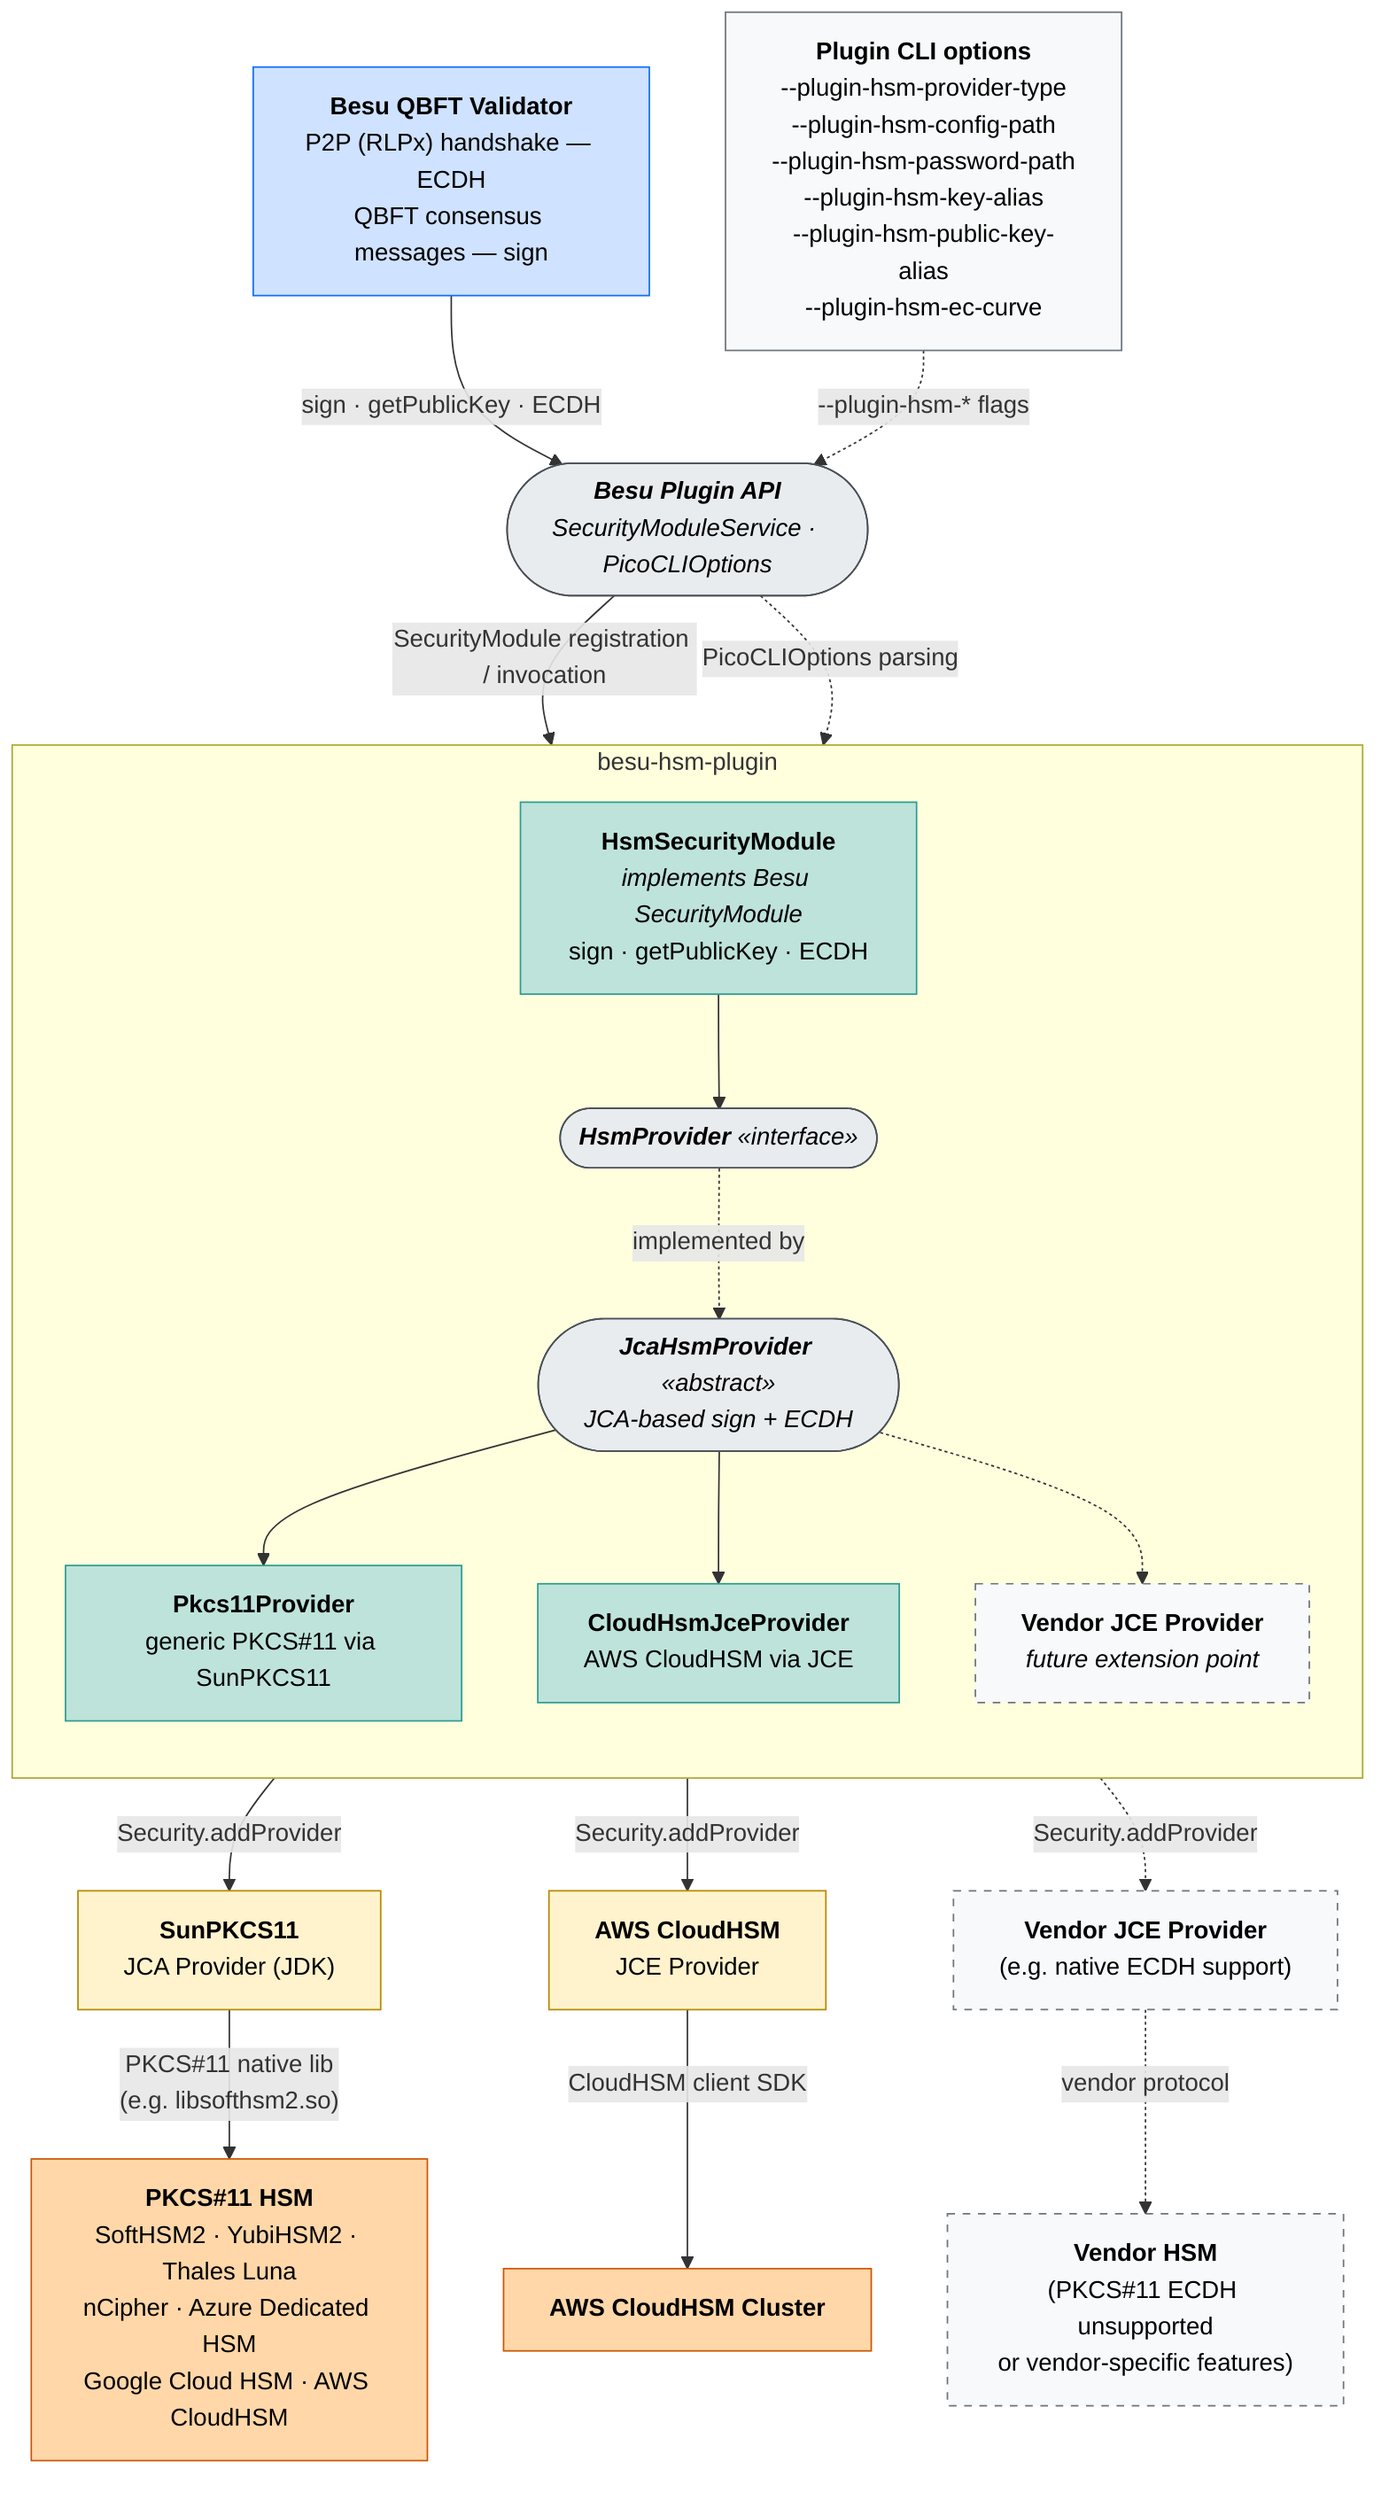
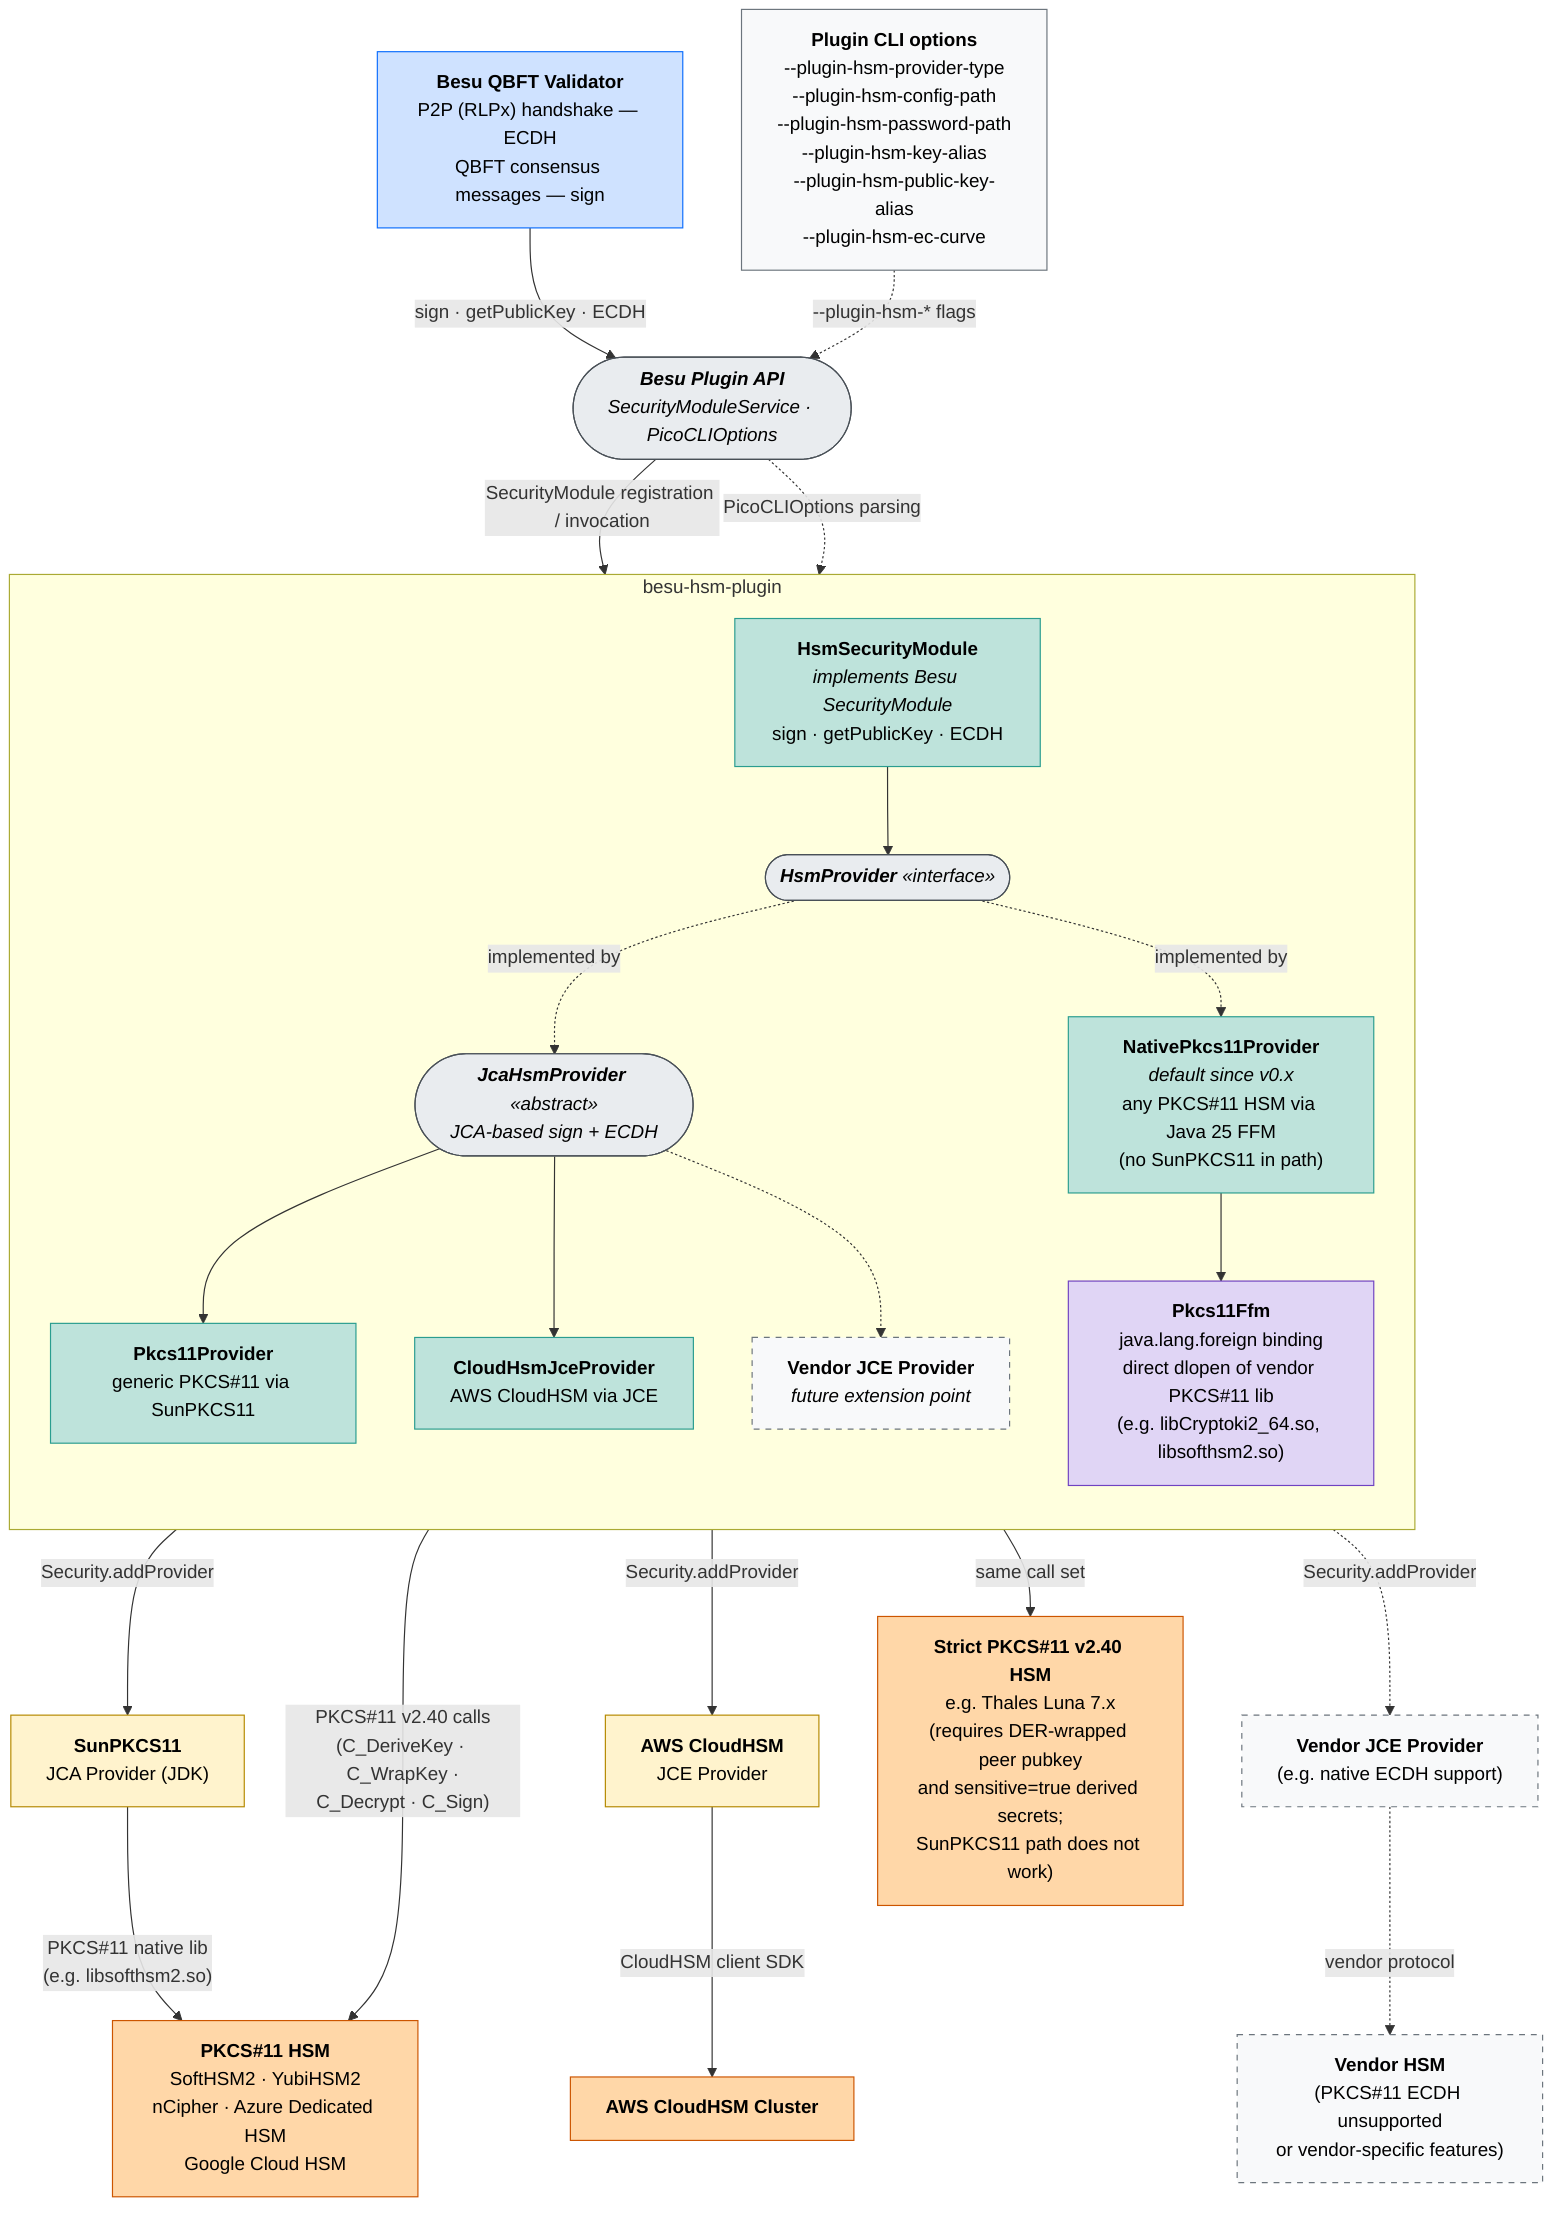
%% Besu HSM Plugin — Architecture
%% Render: npx -y -p @mermaid-js/mermaid-cli mmdc -i docs/besu-hsm-plugin-architecture.mmd -o docs/besu-hsm-plugin-architecture.png -w 1600 -b transparent
flowchart TB
    classDef besu fill:#cfe2ff,stroke:#0d6efd,color:#000
    classDef plugin fill:#bee3db,stroke:#2a9d8f,color:#000
    classDef abstract fill:#e9ecef,stroke:#495057,color:#000,font-style:italic
    classDef jca fill:#fff3cd,stroke:#b58900,color:#000
    classDef hsm fill:#ffd7a8,stroke:#cc5500,color:#000
    classDef config fill:#f8f9fa,stroke:#6c757d,color:#000
+     classDef ffm fill:#e0d5f5,stroke:#6f42c1,color:#000
    classDef future stroke-dasharray: 5 5,fill:#f8f9fa,stroke:#6c757d,color:#000

    besu["<b>Besu QBFT Validator</b><br/>P2P (RLPx) handshake — ECDH<br/>QBFT consensus messages — sign"]:::besu
    config["<b>Plugin CLI options</b><br/>--plugin-hsm-provider-type<br/>--plugin-hsm-config-path<br/>--plugin-hsm-password-path<br/>--plugin-hsm-key-alias<br/>--plugin-hsm-public-key-alias<br/>--plugin-hsm-ec-curve"]:::config
    api(["<b>Besu Plugin API</b><br/>SecurityModuleService · PicoCLIOptions"]):::abstract

    subgraph plugin["besu-hsm-plugin"]
        direction TB
        secModule["<b>HsmSecurityModule</b><br/><i>implements Besu SecurityModule</i><br/>sign · getPublicKey · ECDH"]:::plugin
        provider(["<b>HsmProvider</b> «interface»"]):::abstract
        jcaBase(["<b>JcaHsmProvider</b> «abstract»<br/>JCA-based sign + ECDH"]):::abstract
        pkcs11Impl["<b>Pkcs11Provider</b><br/>generic PKCS#11 via SunPKCS11"]:::plugin
        cloudHsmImpl["<b>CloudHsmJceProvider</b><br/>AWS CloudHSM via JCE"]:::plugin
+         nativeImpl["<b>NativePkcs11Provider</b><br/><i>default since v0.x</i><br/>any PKCS#11 HSM via Java 25 FFM<br/>(no SunPKCS11 in path)"]:::plugin
+         nativeFfm["<b>Pkcs11Ffm</b><br/>java.lang.foreign binding<br/>direct dlopen of vendor PKCS#11 lib<br/>(e.g. libCryptoki2_64.so, libsofthsm2.so)"]:::ffm
        futureImpl["<b>Vendor JCE Provider</b><br/><i>future extension point</i>"]:::future
    end

    sunpkcs11["<b>SunPKCS11</b><br/>JCA Provider (JDK)"]:::jca
    cloudHsmJce["<b>AWS CloudHSM</b><br/>JCE Provider"]:::jca
    vendorJce["<b>Vendor JCE Provider</b><br/>(e.g. native ECDH support)"]:::future

-     pkcs11Hsm["<b>PKCS#11 HSM</b><br/>SoftHSM2 · YubiHSM2 · Thales Luna<br/>nCipher · Azure Dedicated HSM<br/>Google Cloud HSM · AWS CloudHSM"]:::hsm
+     pkcs11Hsm["<b>PKCS#11 HSM</b><br/>SoftHSM2 · YubiHSM2<br/>nCipher · Azure Dedicated HSM<br/>Google Cloud HSM"]:::hsm
+     strictHsm["<b>Strict PKCS#11 v2.40 HSM</b><br/>e.g. Thales Luna 7.x<br/>(requires DER-wrapped peer pubkey<br/>and sensitive=true derived secrets;<br/>SunPKCS11 path does not work)"]:::hsm
    awsCloudHsm["<b>AWS CloudHSM Cluster</b>"]:::hsm
    vendorHsm["<b>Vendor HSM</b><br/>(PKCS#11 ECDH unsupported<br/>or vendor-specific features)"]:::future

    besu -->|"sign · getPublicKey · ECDH"| api
    config -.->|"--plugin-hsm-* flags"| api
    api -->|"SecurityModule registration / invocation"| secModule
    api -. "PicoCLIOptions parsing" .-> secModule
    secModule --> provider
    provider -.->|implemented by| jcaBase
+     provider -.->|implemented by| nativeImpl
    jcaBase --> pkcs11Impl
    jcaBase --> cloudHsmImpl
    jcaBase -.-> futureImpl
+     nativeImpl --> nativeFfm

    pkcs11Impl -->|"Security.addProvider"| sunpkcs11
    cloudHsmImpl -->|"Security.addProvider"| cloudHsmJce
    futureImpl -.->|"Security.addProvider"| vendorJce

    sunpkcs11 -->|"PKCS#11 native lib<br/>(e.g. libsofthsm2.so)"| pkcs11Hsm
    cloudHsmJce -->|"CloudHSM client SDK"| awsCloudHsm
+     nativeFfm -->|"PKCS#11 v2.40 calls<br/>(C_DeriveKey · C_WrapKey ·<br/>C_Decrypt · C_Sign)"| pkcs11Hsm
+     nativeFfm -->|"same call set"| strictHsm
    vendorJce -.->|"vendor protocol"| vendorHsm
